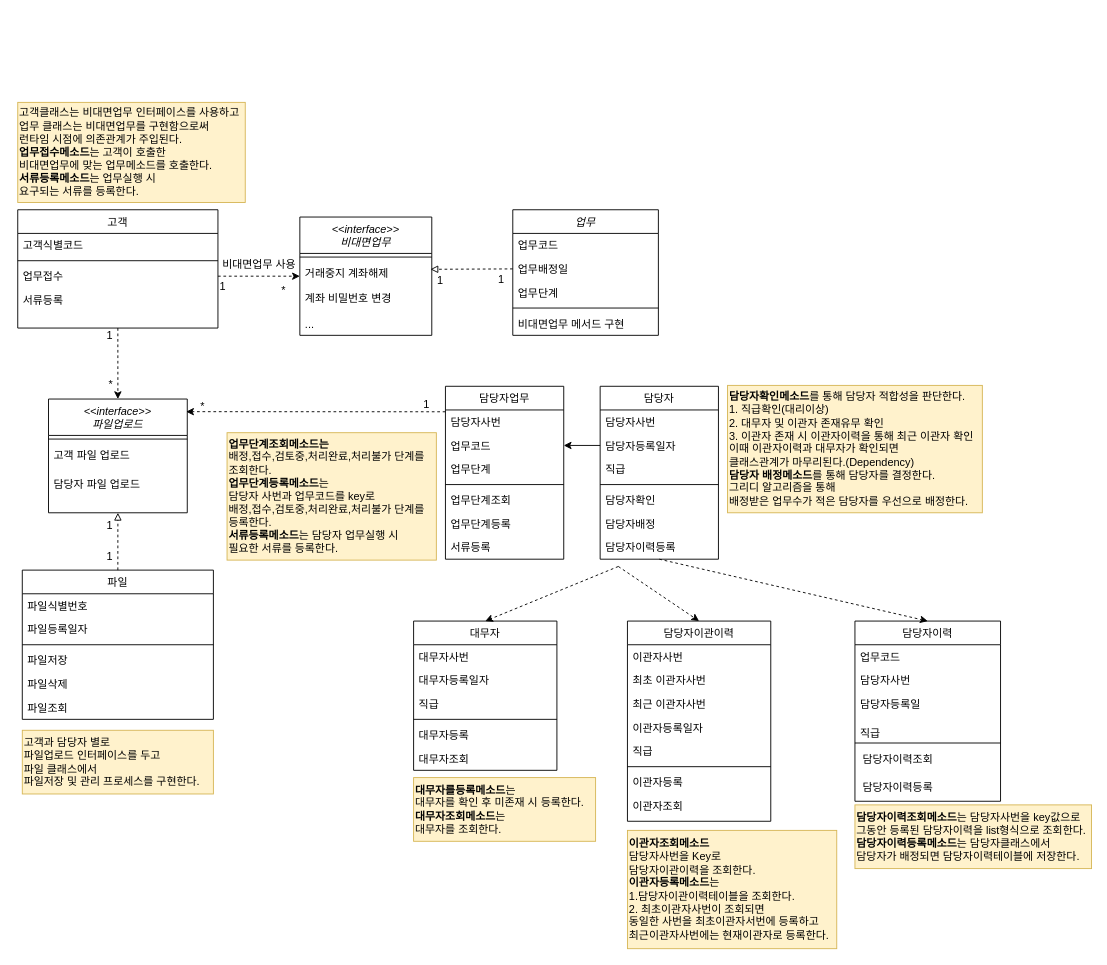
The draw.io diagram 클래스다이어그램.drawio in corrvax/toby, before the edit. Source tidied: cells renumbered, new cells numbered last; positions are measured from the earlier drawing's top-left corner, leaving out a move shared by most shapes. Both pictures are drawn from the tidied source at 91%, with x=0, y=0 at pixel (17, 102).
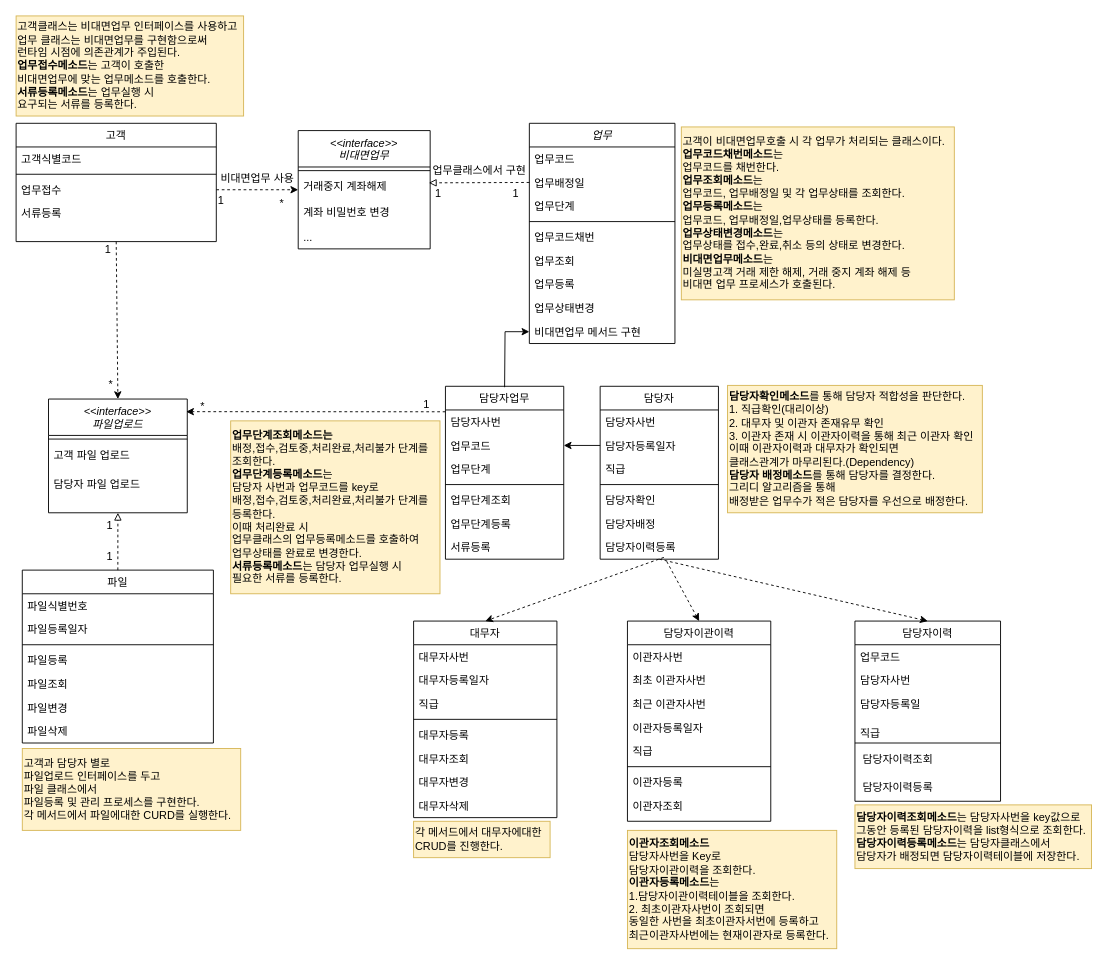
After the change.

Commit message:
클래스다이어그램.drawio 업데이트

The change refers to these unchanged cells:
```xml
<mxCell id="35" value="담당자이력등록" style="text;align=left;verticalAlign=top;spacingLeft=4;spacingRight=4;overflow=hidden;points=[[0,0.5],[1,0.5]];portConstraint=eastwest;fontStyle=0;" parent="28" vertex="1">
  <mxGeometry y="164" width="130" height="26" as="geometry" />
</mxCell>
<mxCell id="76" value="담당자이관이력" style="swimlane;fontStyle=0;align=center;verticalAlign=top;horizontal=1;startSize=26;rounded=0;shadow=0;strokeWidth=1;" parent="1" vertex="1">
  <mxGeometry x="670" y="570" width="157.5" height="220" as="geometry" />
</mxCell>
```

The edit, as a diff of the source:
```diff
@@
     <mxCell id="2" value="업무" style="swimlane;fontStyle=2;align=center;verticalAlign=top;horizontal=1;startSize=26;rounded=0;shadow=0;strokeWidth=1;" parent="1" vertex="1">
-      <mxGeometry x="544" y="118" width="160" height="138" as="geometry" />
+      <mxGeometry x="562.2" y="23" width="160" height="242" as="geometry" />
     </mxCell>
@@
+    <mxCell id="94" value="업무코드채번" style="text;align=left;verticalAlign=top;spacingLeft=4;spacingRight=4;overflow=hidden;" parent="2" vertex="1">
+      <mxGeometry y="112" width="160" height="26" as="geometry" />
+    </mxCell>
+    <mxCell id="95" value="업무조회" style="text;align=left;verticalAlign=top;spacingLeft=4;spacingRight=4;overflow=hidden;" parent="2" vertex="1">
+      <mxGeometry y="138" width="160" height="26" as="geometry" />
+    </mxCell>
+    <mxCell id="96" value="업무등록" style="text;align=left;verticalAlign=top;spacingLeft=4;spacingRight=4;overflow=hidden;" parent="2" vertex="1">
+      <mxGeometry y="164" width="160" height="26" as="geometry" />
+    </mxCell>
+    <mxCell id="97" value="업무상태변경" style="text;align=left;verticalAlign=top;spacingLeft=4;spacingRight=4;overflow=hidden;" parent="2" vertex="1">
+      <mxGeometry y="190" width="160" height="26" as="geometry" />
+    </mxCell>
     <mxCell id="7" value="비대면업무 메서드 구현" style="text;align=left;verticalAlign=top;spacingLeft=4;spacingRight=4;overflow=hidden;points=[[0,0.5],[1,0.5]];portConstraint=eastwest;" parent="2" vertex="1">
-      <mxGeometry y="112" width="160" height="26" as="geometry" />
+      <mxGeometry y="216" width="160" height="26" as="geometry" />
     </mxCell>
     <mxCell id="8" value="파일" style="swimlane;fontStyle=0;align=center;verticalAlign=top;horizontal=1;startSize=26;rounded=0;shadow=0;strokeWidth=1;" parent="1" vertex="1">
-      <mxGeometry x="5" y="514" width="210" height="164" as="geometry" />
+      <mxGeometry x="5" y="514" width="210" height="190" as="geometry" />
     </mxCell>
@@
-    <mxCell id="12" value="파일저장" style="text;align=left;verticalAlign=top;spacingLeft=4;spacingRight=4;overflow=hidden;fontStyle=0;" parent="8" vertex="1">
+    <mxCell id="12" value="파일등록" style="text;align=left;verticalAlign=top;spacingLeft=4;spacingRight=4;overflow=hidden;fontStyle=0;" parent="8" vertex="1">
       <mxGeometry y="86" width="210" height="26" as="geometry" />
     </mxCell>
+    <mxCell id="14" value="파일조회" style="text;align=left;verticalAlign=top;spacingLeft=4;spacingRight=4;overflow=hidden;" parent="8" vertex="1">
+      <mxGeometry y="112" width="210" height="26" as="geometry" />
+    </mxCell>
+    <mxCell id="98" value="파일변경" style="text;align=left;verticalAlign=top;spacingLeft=4;spacingRight=4;overflow=hidden;" parent="8" vertex="1">
+      <mxGeometry y="138" width="210" height="26" as="geometry" />
+    </mxCell>
     <mxCell id="13" value="파일삭제" style="text;align=left;verticalAlign=top;spacingLeft=4;spacingRight=4;overflow=hidden;" parent="8" vertex="1">
-      <mxGeometry y="112" width="210" height="26" as="geometry" />
+      <mxGeometry y="164" width="210" height="26" as="geometry" />
     </mxCell>
-    <mxCell id="14" value="파일조회" style="text;align=left;verticalAlign=top;spacingLeft=4;spacingRight=4;overflow=hidden;" parent="8" vertex="1">
-      <mxGeometry y="138" width="210" height="26" as="geometry" />
-    </mxCell>
@@
     <mxCell id="23" value="고객" style="swimlane;fontStyle=0;align=center;verticalAlign=top;horizontal=1;startSize=26;rounded=0;shadow=0;strokeWidth=1;" parent="1" vertex="1">
-      <mxGeometry y="118" width="220" height="130" as="geometry" />
+      <mxGeometry x="-1.8" y="23" width="220" height="130" as="geometry" />
     </mxCell>
@@
     <mxCell id="36" value="대무자" style="swimlane;fontStyle=0;align=center;verticalAlign=top;horizontal=1;startSize=26;rounded=0;shadow=0;strokeWidth=1;" parent="1" vertex="1">
-      <mxGeometry x="435" y="570" width="157.5" height="164" as="geometry" />
+      <mxGeometry x="435" y="570" width="157.5" height="216" as="geometry" />
     </mxCell>
@@
+    <mxCell id="99" value="대무자조회" style="text;align=left;verticalAlign=top;spacingLeft=4;spacingRight=4;overflow=hidden;" parent="36" vertex="1">
+      <mxGeometry y="138" width="157.5" height="26" as="geometry" />
+    </mxCell>
-    <mxCell id="42" value="대무자조회" style="text;align=left;verticalAlign=top;spacingLeft=4;spacingRight=4;overflow=hidden;" parent="36" vertex="1">
-      <mxGeometry y="138" width="157.5" height="26" as="geometry" />
+    <mxCell id="42" value="대무자변경" style="text;align=left;verticalAlign=top;spacingLeft=4;spacingRight=4;overflow=hidden;" parent="36" vertex="1">
+      <mxGeometry y="164" width="157.5" height="26" as="geometry" />
     </mxCell>
+    <mxCell id="100" value="대무자삭제" style="text;align=left;verticalAlign=top;spacingLeft=4;spacingRight=4;overflow=hidden;" parent="36" vertex="1">
+      <mxGeometry y="190" width="157.5" height="26" as="geometry" />
+    </mxCell>
@@
     <mxCell id="52" style="rounded=0;jettySize=auto;html=1;entryX=0.5;entryY=0;entryDx=0;entryDy=0;dashed=1;" parent="1" edge="1" target="36">
       <mxGeometry relative="1" as="geometry">
-        <mxPoint x="660" y="510" as="sourcePoint" />
+        <mxPoint x="710" y="500" as="sourcePoint" />
       </mxGeometry>
     </mxCell>
@@
     <mxCell id="54" value="&lt;&lt;interface&gt;&gt;&#10;비대면업무" style="swimlane;fontStyle=2;align=center;verticalAlign=top;horizontal=1;startSize=40;rounded=0;shadow=0;strokeWidth=1;" parent="1" vertex="1">
-      <mxGeometry x="310" y="126" width="145" height="130" as="geometry" />
+      <mxGeometry x="308.2" y="31" width="145" height="130" as="geometry" />
     </mxCell>
@@
     <mxCell id="58" value="비대면업무 사용" style="text;html=1;align=center;verticalAlign=middle;strokeColor=none;fillColor=none;" parent="1" vertex="1">
-      <mxGeometry x="215" y="164" width="100" height="30" as="geometry" />
+      <mxGeometry x="213.2" y="69" width="100" height="30" as="geometry" />
     </mxCell>
@@
     <mxCell id="60" value="고객클래스는 비대면업무 인터페이스를 사용하고&lt;br&gt;업무 클래스는 비대면업무를 구현함으로써&lt;br&gt;런타임 시점에 의존관계가 주입된다.&lt;br&gt;&lt;b&gt;업무접수메소드&lt;/b&gt;는 고객이 호출한 &lt;br&gt;비대면업무에 맞는 업무메소드를 호출한다.&lt;br&gt;&lt;b&gt;서류등록메소드&lt;/b&gt;는 업무실행 시&amp;nbsp;&lt;br&gt;요구되는 서류를 등록한다." style="text;html=1;align=left;verticalAlign=middle;strokeColor=#d6b656;fillColor=#fff2cc;" parent="1" vertex="1">
-      <mxGeometry width="250" height="110" as="geometry" />
+      <mxGeometry x="-1.8" y="-95" width="250" height="110" as="geometry" />
     </mxCell>
     <mxCell id="61" value="1" style="text;html=1;align=center;verticalAlign=middle;strokeColor=none;fillColor=none;" parent="1" vertex="1">
-      <mxGeometry x="210" y="188" width="30" height="30" as="geometry" />
+      <mxGeometry x="208.2" y="93" width="30" height="30" as="geometry" />
     </mxCell>
     <mxCell id="62" value="*" style="text;html=1;align=center;verticalAlign=middle;strokeColor=none;fillColor=none;" parent="1" vertex="1">
-      <mxGeometry x="277" y="192" width="30" height="30" as="geometry" />
+      <mxGeometry x="275.2" y="97" width="30" height="30" as="geometry" />
     </mxCell>
     <mxCell id="63" value="1" style="text;html=1;align=center;verticalAlign=middle;strokeColor=none;fillColor=none;" parent="1" vertex="1">
-      <mxGeometry x="449" y="181" width="30" height="30" as="geometry" />
+      <mxGeometry x="447.2" y="86" width="30" height="30" as="geometry" />
     </mxCell>
     <mxCell id="64" value="1" style="text;html=1;align=center;verticalAlign=middle;strokeColor=none;fillColor=none;" parent="1" vertex="1">
-      <mxGeometry x="516" y="180" width="30" height="30" as="geometry" />
+      <mxGeometry x="532.2" y="85" width="30" height="30" as="geometry" />
     </mxCell>
@@
     <mxCell id="70" value="1" style="text;html=1;align=center;verticalAlign=middle;strokeColor=none;fillColor=none;" parent="1" vertex="1">
-      <mxGeometry x="86" y="242" width="30" height="30" as="geometry" />
+      <mxGeometry x="84.2" y="147" width="30" height="30" as="geometry" />
     </mxCell>
@@
-    <mxCell id="75" value="고객과 담당자 별로&lt;br&gt;파일업로드 인터페이스를 두고&lt;br&gt;파일 클래스에서 &lt;br&gt;파일저장 및 관리 프로세스를 구현한다." style="text;html=1;align=left;verticalAlign=middle;strokeColor=#d6b656;fillColor=#fff2cc;" parent="1" vertex="1">
-      <mxGeometry x="5" y="690" width="210" height="70" as="geometry" />
+    <mxCell id="75" value="고객과 담당자 별로&lt;br&gt;파일업로드 인터페이스를 두고&lt;br&gt;파일 클래스에서 &lt;br&gt;파일등록 및 관리 프로세스를 구현한다.&lt;br&gt;각 메서드에서 파일에대한 CURD를 실행한다.&lt;br&gt;" style="text;html=1;align=left;verticalAlign=middle;strokeColor=#d6b656;fillColor=#fff2cc;" parent="1" vertex="1">
+      <mxGeometry x="5" y="710" width="240" height="90" as="geometry" />
     </mxCell>
@@
-    <mxCell id="85" style="rounded=0;jettySize=auto;html=1;entryX=0.5;entryY=0;entryDx=0;entryDy=0;dashed=1;" parent="1" edge="1" target="76">
-      <mxGeometry relative="1" as="geometry">
-        <mxPoint x="660" y="510" as="sourcePoint" />
-      </mxGeometry>
+    <mxCell id="85" style="rounded=0;jettySize=auto;html=1;entryX=0.5;entryY=0;entryDx=0;entryDy=0;dashed=1;exitX=0.563;exitY=1.097;exitDx=0;exitDy=0;exitPerimeter=0;" parent="1" edge="1" source="35" target="76">
+      <mxGeometry relative="1" as="geometry" />
     </mxCell>
-    <mxCell id="86" value="&lt;b&gt;대무자를등록메소드&lt;/b&gt;는&lt;br&gt;대무자를 확인 후 미존재 시 등록한다.&lt;br&gt;&lt;b&gt;대무자조회메소드&lt;/b&gt;는&lt;br&gt;대무자를 조회한다." style="text;html=1;align=left;verticalAlign=middle;strokeColor=#d6b656;fillColor=#fff2cc;" parent="1" vertex="1">
-      <mxGeometry x="435" y="742" width="200" height="70" as="geometry" />
+    <mxCell id="86" value="각 메서드에서 대무자에대한 &lt;br&gt;CRUD를 진행한다." style="text;html=1;align=left;verticalAlign=middle;strokeColor=#d6b656;fillColor=#fff2cc;" parent="1" vertex="1">
+      <mxGeometry x="435" y="790" width="150" height="40" as="geometry" />
     </mxCell>
@@
-    <mxCell id="89" value="&lt;b&gt;업무단계조회메소드는&lt;br&gt;&lt;/b&gt;배정,접수,검토중,처리완료,처리불가 단계를&lt;br&gt;조회한다.&lt;br&gt;&lt;b&gt;업무단계등록메소드&lt;/b&gt;는&amp;nbsp;&lt;br&gt;담당자 사번과 업무코드를 key로 &lt;br&gt;배정,접수,검토중,처리완료,처리불가 단계를&lt;br&gt;등록한다.&lt;br&gt;&lt;b&gt;서류등록메소드&lt;/b&gt;는 담당자 업무실행 시&lt;br&gt;필요한 서류를 등록한다." style="text;html=1;align=left;verticalAlign=middle;strokeColor=#d6b656;fillColor=#fff2cc;" parent="1" vertex="1">
-      <mxGeometry x="230" y="363" width="230" height="140" as="geometry" />
+    <mxCell id="89" value="&lt;b&gt;업무단계조회메소드는&lt;br&gt;&lt;/b&gt;배정,접수,검토중,처리완료,처리불가 단계를&lt;br&gt;조회한다.&lt;br&gt;&lt;b&gt;업무단계등록메소드&lt;/b&gt;는&amp;nbsp;&lt;br&gt;담당자 사번과 업무코드를 key로 &lt;br&gt;배정,접수,검토중,처리완료,처리불가 단계를&lt;br&gt;등록한다.&lt;br&gt;이때 처리완료 시 &lt;br&gt;업무클래스의 업무등록메소드를 호출하여&amp;nbsp;&lt;br&gt;업무상태를 완료로 변경한다.&lt;br&gt;&lt;b&gt;서류등록메소드&lt;/b&gt;는 담당자 업무실행 시&lt;br&gt;필요한 서류를 등록한다." style="text;html=1;align=left;verticalAlign=middle;strokeColor=#d6b656;fillColor=#fff2cc;" parent="1" vertex="1">
+      <mxGeometry x="234" y="350" width="230" height="190" as="geometry" />
     </mxCell>
@@
+    <mxCell id="101" value="고객이 비대면업무호출 시 각 업무가 처리되는 클래스이다.&lt;br&gt;&lt;b&gt;업무코드채번메소드&lt;/b&gt;는&amp;nbsp;&lt;br&gt;업무코드를 채번한다.&lt;br&gt;&lt;b&gt;업무조회메소드&lt;/b&gt;는&lt;br&gt;업무코드, 업무배정일 및 각 업무상태를 조회한다.&lt;br&gt;&lt;b style=&quot;border-color: var(--border-color);&quot;&gt;업무등록메소드&lt;/b&gt;는&lt;br style=&quot;border-color: var(--border-color);&quot;&gt;업무코드, 업무배정일,업무상태를 등록한다.&lt;br&gt;&lt;b&gt;업무상태변경메소드&lt;/b&gt;는&lt;br&gt;업무상태를 접수,완료,취소 등의 상태로 변경한다.&lt;br&gt;&lt;b&gt;비대면업무메소드&lt;/b&gt;는&lt;br&gt;미실명고객 거래 제한 해제, 거래 중지 계좌 해제 등&lt;br&gt;비대면 업무 프로세스가 호출된다." style="text;html=1;align=left;verticalAlign=middle;strokeColor=#d6b656;fillColor=#fff2cc;" parent="1" vertex="1">
+      <mxGeometry x="729.2" y="27" width="300" height="190" as="geometry" />
+    </mxCell>
+    <mxCell id="102" value="업무클래스에서 구현" style="text;html=1;align=center;verticalAlign=middle;strokeColor=none;fillColor=none;" parent="1" vertex="1">
+      <mxGeometry x="447.2" y="60" width="120" height="30" as="geometry" />
+    </mxCell>
+    <mxCell id="103" style="edgeStyle=orthogonalEdgeStyle;rounded=0;jettySize=auto;html=1;exitX=0.5;exitY=0;exitDx=0;exitDy=0;entryX=0;entryY=0.5;entryDx=0;entryDy=0;" parent="1" edge="1" target="7">
+      <mxGeometry relative="1" as="geometry">
+        <mxPoint x="535" y="313" as="sourcePoint" />
+      </mxGeometry>
+    </mxCell>
```
